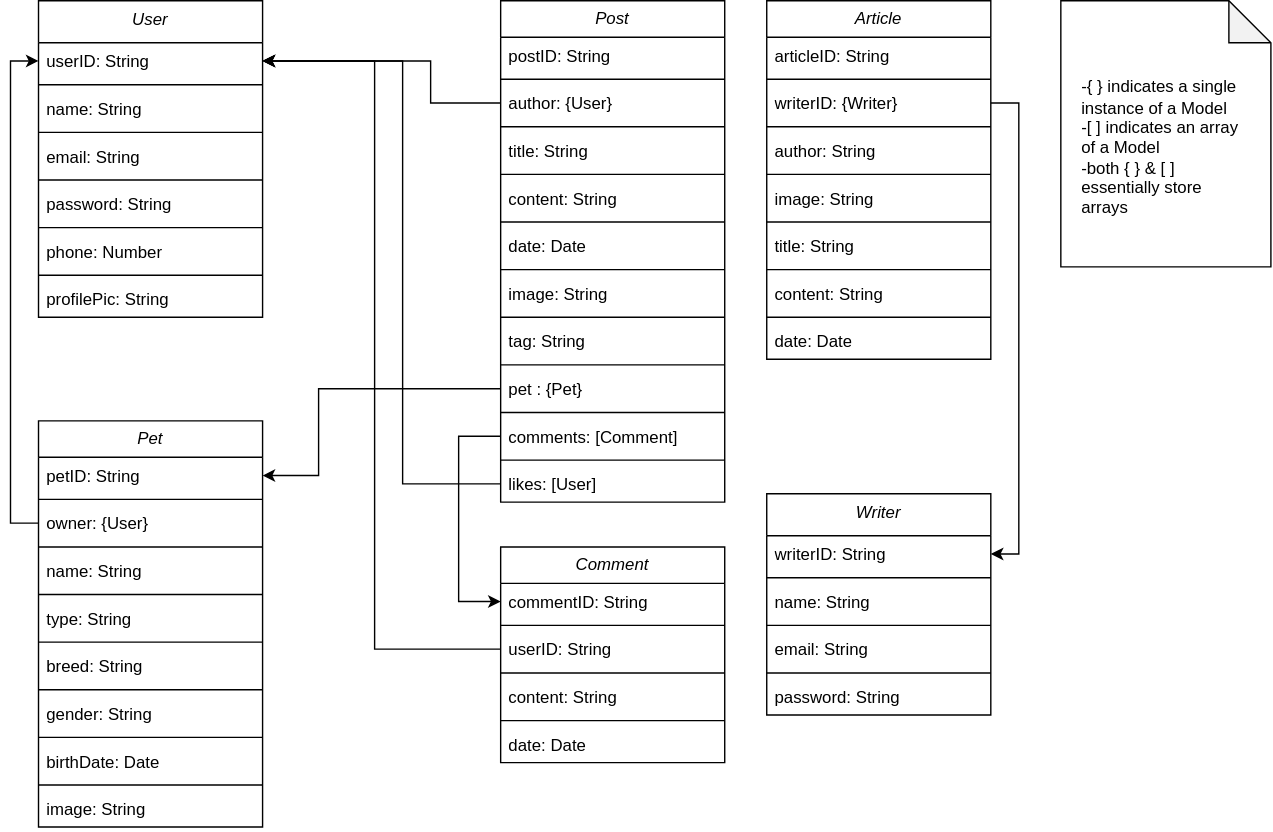
Above: Class Diagram.svg in AhmadTripleA/SE-Diagrams (draw.io), before the change. Source tidied: cells renumbered, new cells last; positions are measured from the earlier drawing's top-left corner, leaving out a move shared by most shapes.
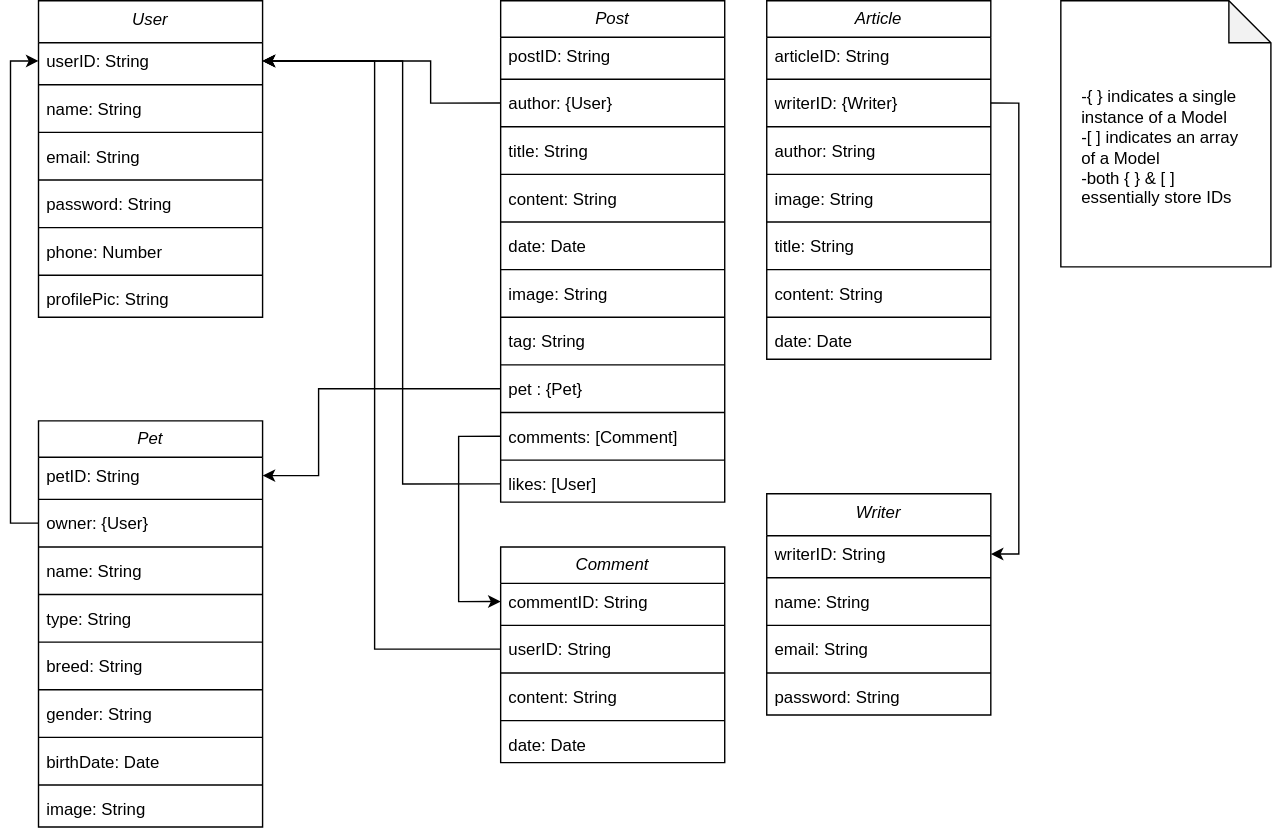
The same diagram one commit later.

What changed in the source:
```diff
@@ -282,7 +282,7 @@
     <mxCell id="86" style="edgeStyle=orthogonalEdgeStyle;rounded=0;jettySize=auto;html=1;exitX=0;exitY=0.5;exitDx=0;exitDy=0;entryX=0;entryY=0.5;entryDx=0;entryDy=0;" parent="1" edge="1" source="37" target="3">
       <mxGeometry relative="1" as="geometry" />
     </mxCell>
-    <mxCell id="87" value="-{ } indicates a single instance of a Model&lt;br&gt;-[ ] indicates an array of a Model&lt;br&gt;-both { } &amp;amp; [ ] essentially store arrays" style="shape=note;backgroundOutline=1;darkOpacity=0.05;align=left;fixDash=0;shadow=0;verticalAlign=middle;horizontal=1;whiteSpace=wrap;labelBorderColor=none;labelBackgroundColor=none;spacingRight=15;spacingTop=20;spacing=0;spacingLeft=15;html=1;" parent="1" vertex="1">
+    <mxCell id="87" value="-{ } indicates a single instance of a Model&lt;br&gt;-[ ] indicates an array of a Model&lt;br&gt;-both { } &amp;amp; [ ] essentially store IDs" style="shape=note;backgroundOutline=1;darkOpacity=0.05;align=left;fixDash=0;shadow=0;verticalAlign=middle;horizontal=1;whiteSpace=wrap;labelBorderColor=none;labelBackgroundColor=none;spacingRight=15;spacingTop=20;spacing=0;spacingLeft=15;html=1;" parent="1" vertex="1">
       <mxGeometry x="730" width="150" height="190" as="geometry" />
     </mxCell>
   </root>
```
